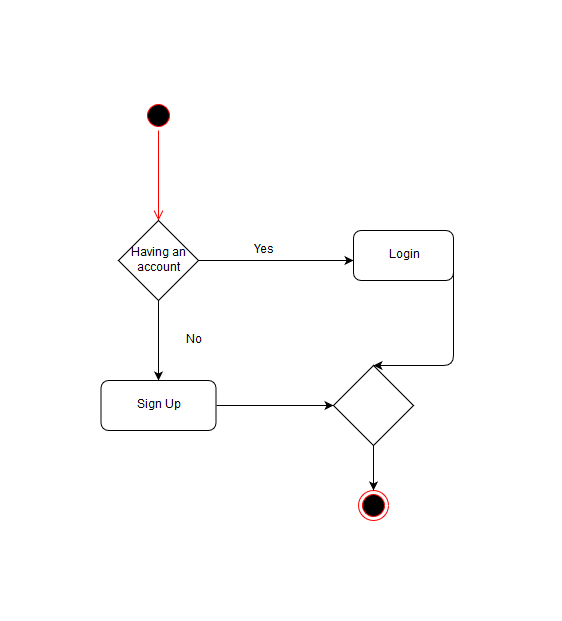
Before: Untitled Diagram.png, a diagram exported from draw.io (group-c/sw-project). Source tidied: cells renumbered, new cells last; positions are measured from the earlier drawing's top-left corner, leaving out a move shared by most shapes.
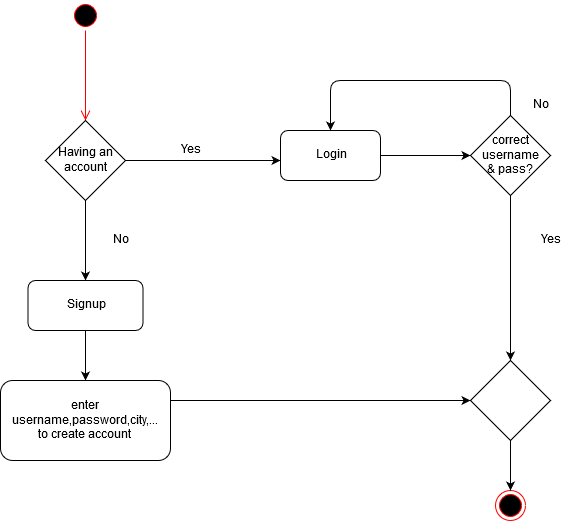
The same diagram one commit later.

Commit message:
Update activity diagram for Login

Diff of the diagram source:
```diff
@@ -30,29 +30,53 @@
     <mxCell id="9" value="Login" style="rounded=1;whiteSpace=wrap;html=1;" parent="1" vertex="1">
       <mxGeometry x="252" y="130" width="100" height="50" as="geometry" />
     </mxCell>
-    <mxCell id="10" value="Sign Up" style="rounded=1;whiteSpace=wrap;html=1;" parent="1" vertex="1">
+    <mxCell id="10" value="Signup" style="rounded=1;whiteSpace=wrap;html=1;" parent="1" vertex="1">
       <mxGeometry x="-0.5" y="280" width="115" height="50" as="geometry" />
     </mxCell>
-    <mxCell id="11" style="endArrow=classic;html=1;exitX=1;exitY=0.5;exitDx=0;exitDy=0;entryX=0.5;entryY=0;entryDx=0;entryDy=0;" parent="1" edge="1" source="9" target="13">
-      <mxGeometry relative="1" as="geometry">
-        <Array as="points">
-          <mxPoint x="352" y="265" />
-        </Array>
-      </mxGeometry>
-    </mxCell>
-    <mxCell id="12" style="endArrow=classic;html=1;exitX=1;exitY=0.5;exitDx=0;exitDy=0;" parent="1" edge="1" source="10">
-      <mxGeometry relative="1" as="geometry">
-        <mxPoint x="232" y="305" as="targetPoint" />
-      </mxGeometry>
-    </mxCell>
-    <mxCell id="13" style="rhombus;whiteSpace=wrap;html=1;" parent="1" vertex="1">
-      <mxGeometry x="232" y="265" width="80" height="80" as="geometry" />
-    </mxCell>
-    <mxCell id="14" style="ellipse;html=1;shape=endState;fillColor=#000000;strokeColor=#ff0000;" parent="1" vertex="1">
-      <mxGeometry x="257" y="390" width="30" height="30" as="geometry" />
-    </mxCell>
-    <mxCell id="15" style="endArrow=classic;html=1;exitX=0.5;exitY=1;exitDx=0;exitDy=0;entryX=0.5;entryY=0;entryDx=0;entryDy=0;" parent="1" edge="1" source="13" target="14">
-      <mxGeometry relative="1" as="geometry" />
-    </mxCell>
+    <mxCell id="16" style="endArrow=classic;html=1;exitX=1;exitY=0.5;exitDx=0;exitDy=0;" parent="1" edge="1" source="9">
+      <mxGeometry relative="1" as="geometry">
+        <mxPoint x="442" y="155" as="targetPoint" />
+      </mxGeometry>
+    </mxCell>
+    <mxCell id="17" style="endArrow=classic;html=1;exitX=0.5;exitY=1;exitDx=0;exitDy=0;" parent="1" edge="1" source="10">
+      <mxGeometry relative="1" as="geometry">
+        <mxPoint x="57" y="380" as="targetPoint" />
+      </mxGeometry>
+    </mxCell>
+    <mxCell id="18" value="&lt;div&gt;enter username,password,city,...&lt;/div&gt;&lt;div&gt;to create account&lt;br&gt;&lt;/div&gt;" style="rounded=1;whiteSpace=wrap;html=1;" parent="1" vertex="1">
+      <mxGeometry x="-28" y="380" width="170" height="80" as="geometry" />
+    </mxCell>
+    <mxCell id="19" value="&lt;div&gt;correct username&lt;/div&gt;&lt;div&gt;&amp;amp; pass?&lt;br&gt;&lt;/div&gt;" style="rhombus;whiteSpace=wrap;html=1;" parent="1" vertex="1">
+      <mxGeometry x="442" y="115" width="80" height="80" as="geometry" />
+    </mxCell>
+    <mxCell id="20" style="rhombus;whiteSpace=wrap;html=1;" parent="1" vertex="1">
+      <mxGeometry x="442" y="360" width="80" height="80" as="geometry" />
+    </mxCell>
+    <mxCell id="21" style="endArrow=classic;html=1;exitX=0.5;exitY=1;exitDx=0;exitDy=0;entryX=0.5;entryY=0;entryDx=0;entryDy=0;" parent="1" edge="1" source="19" target="20">
+      <mxGeometry relative="1" as="geometry" />
+    </mxCell>
+    <mxCell id="22" style="endArrow=classic;html=1;exitX=0.5;exitY=0;exitDx=0;exitDy=0;entryX=0.5;entryY=0;entryDx=0;entryDy=0;" parent="1" edge="1" source="19" target="9">
+      <mxGeometry relative="1" as="geometry">
+        <Array as="points">
+          <mxPoint x="482" y="80" />
+          <mxPoint x="302" y="80" />
+        </Array>
+      </mxGeometry>
+    </mxCell>
+    <mxCell id="23" value="Yes" style="text;html=1;strokeColor=none;fillColor=none;align=center;verticalAlign=middle;whiteSpace=wrap;rounded=0;" parent="1" vertex="1">
+      <mxGeometry x="502" y="230" width="40" height="20" as="geometry" />
+    </mxCell>
+    <mxCell id="24" value="No" style="text;html=1;strokeColor=none;fillColor=none;align=center;verticalAlign=middle;whiteSpace=wrap;rounded=0;" parent="1" vertex="1">
+      <mxGeometry x="492" y="95" width="40" height="20" as="geometry" />
+    </mxCell>
+    <mxCell id="25" style="endArrow=classic;html=1;exitX=1;exitY=0.25;exitDx=0;exitDy=0;entryX=0;entryY=0.5;entryDx=0;entryDy=0;" parent="1" edge="1" source="18" target="20">
+      <mxGeometry relative="1" as="geometry" />
+    </mxCell>
+    <mxCell id="26" style="ellipse;html=1;shape=endState;fillColor=#000000;strokeColor=#ff0000;" parent="1" vertex="1">
+      <mxGeometry x="467" y="490" width="30" height="30" as="geometry" />
+    </mxCell>
+    <mxCell id="27" style="endArrow=classic;html=1;exitX=0.5;exitY=1;exitDx=0;exitDy=0;entryX=0.5;entryY=0;entryDx=0;entryDy=0;" parent="1" edge="1" source="20" target="26">
+      <mxGeometry relative="1" as="geometry" />
+    </mxCell>
   </root>
 </mxGraphModel>
```
